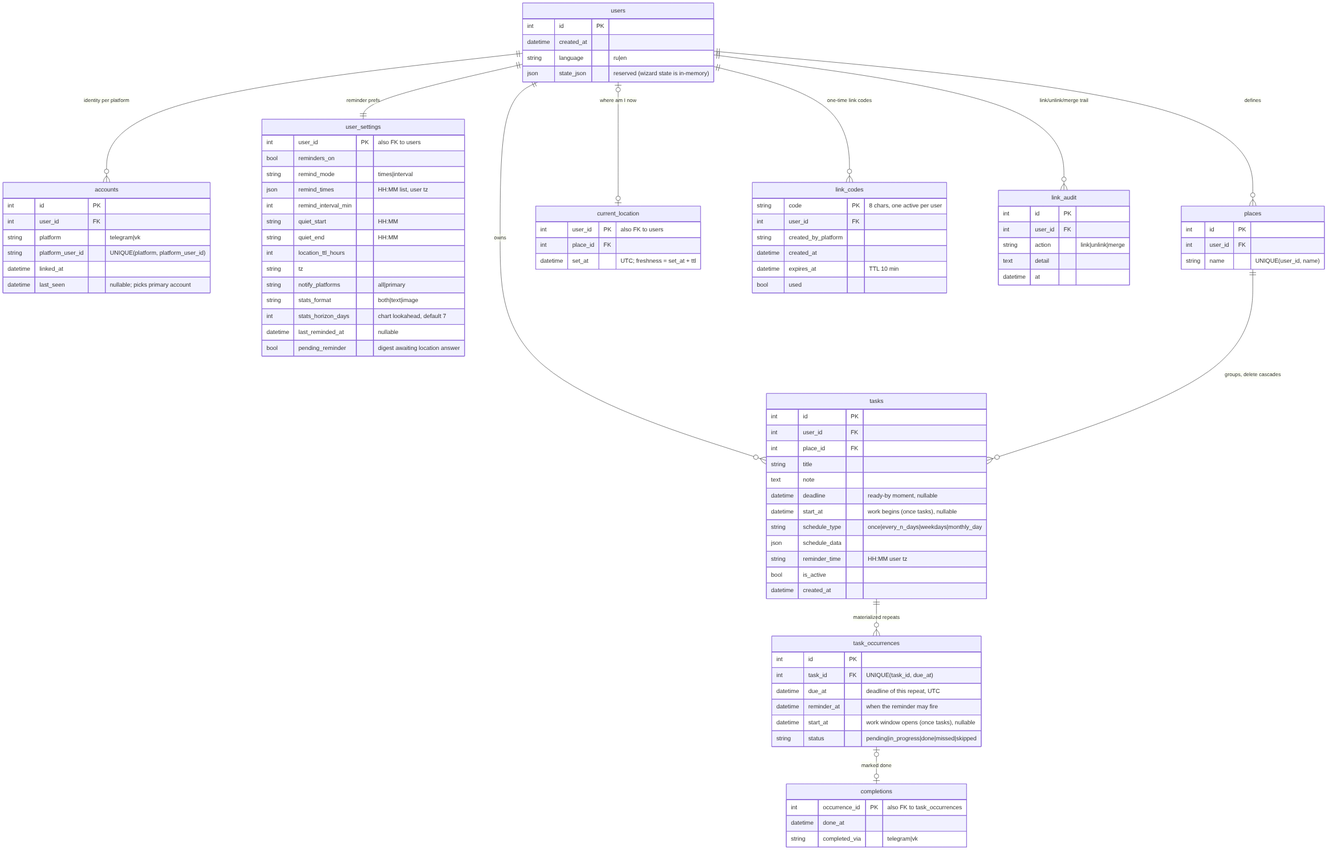
Earlier version of the Mermaid export docs/diagrams/er-diagram.png (edombek/taskshed). Its source is kept beside it as docs/diagrams/er-diagram.mmd.
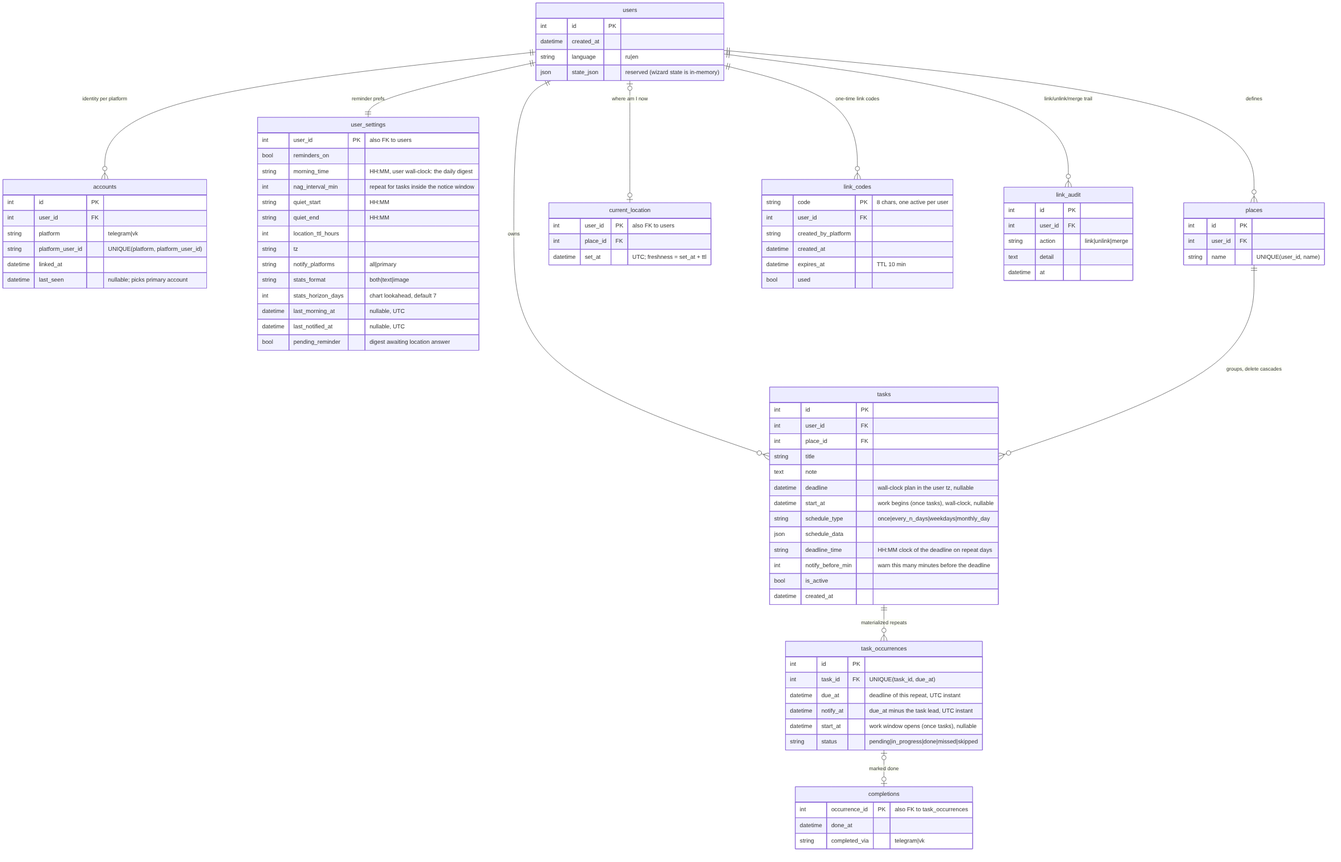
The same diagram one commit later.

What changed in the source:
```diff
@@ -37,9 +37,8 @@
     user_settings {
         int user_id PK "also FK to users"
         bool reminders_on
-        string remind_mode "times|interval"
-        json remind_times "HH:MM list, user tz"
-        int remind_interval_min
+        string morning_time "HH:MM, user wall-clock: the daily digest"
+        int nag_interval_min "repeat for tasks inside the notice window"
         string quiet_start "HH:MM"
         string quiet_end "HH:MM"
         int location_ttl_hours
@@ -47,7 +46,8 @@
         string notify_platforms "all|primary"
         string stats_format "both|text|image"
         int stats_horizon_days "chart lookahead, default 7"
-        datetime last_reminded_at "nullable"
+        datetime last_morning_at "nullable, UTC"
+        datetime last_notified_at "nullable, UTC"
         bool pending_reminder "digest awaiting location answer"
     }
     tasks {
@@ -56,19 +56,20 @@
         int place_id FK
         string title
         text note
-        datetime deadline "ready-by moment, nullable"
-        datetime start_at "work begins (once tasks), nullable"
+        datetime deadline "wall-clock plan in the user tz, nullable"
+        datetime start_at "work begins (once tasks), wall-clock, nullable"
         string schedule_type "once|every_n_days|weekdays|monthly_day"
         json schedule_data
-        string reminder_time "HH:MM user tz"
+        string deadline_time "HH:MM clock of the deadline on repeat days"
+        int notify_before_min "warn this many minutes before the deadline"
         bool is_active
         datetime created_at
     }
     task_occurrences {
         int id PK
         int task_id FK "UNIQUE(task_id, due_at)"
-        datetime due_at "deadline of this repeat, UTC"
-        datetime reminder_at "when the reminder may fire"
+        datetime due_at "deadline of this repeat, UTC instant"
+        datetime notify_at "due_at minus the task lead, UTC instant"
         datetime start_at "work window opens (once tasks), nullable"
         string status "pending|in_progress|done|missed|skipped"
     }
```
